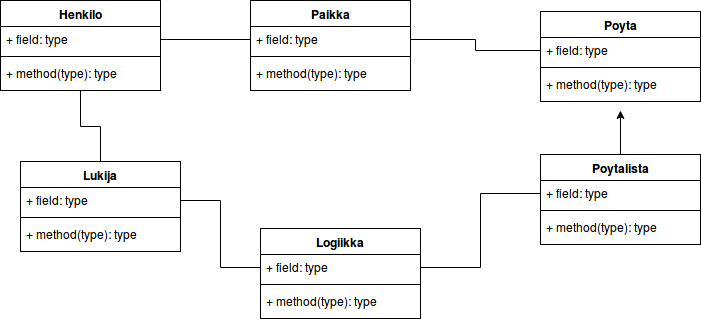
The draw.io diagram dokumentaatio/PlassaajaLuokkakaavio.png in toppielt/Plassaaja, before a commit. Source tidied: cells renumbered, new cells last; positions are measured from the earlier drawing's top-left corner, leaving out a move shared by most shapes.
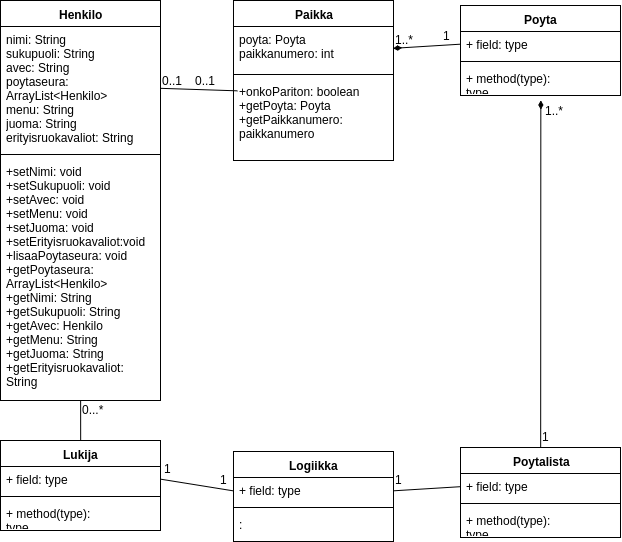
Later version of the same file.

The edit, as a diff of the source:
```diff
@@ -3,99 +3,126 @@
     <mxCell id="0" />
     <mxCell id="1" parent="0" />
     <mxCell id="2" value="Henkilo" style="swimlane;html=1;fontStyle=1;align=center;verticalAlign=top;horizontal=1;startSize=26;swimlaneFillColor=#ffffff;" parent="1" vertex="1">
-      <mxGeometry width="160" height="90" as="geometry" />
+      <mxGeometry width="160" height="400" as="geometry" />
     </mxCell>
-    <mxCell id="3" value="+ field: type" style="text;html=1;strokeColor=none;fillColor=none;align=left;verticalAlign=top;spacingLeft=4;spacingRight=4;whiteSpace=wrap;overflow=hidden;points=[[0,0.5],[1,0.5]];portConstraint=eastwest;" parent="2" vertex="1">
-      <mxGeometry y="26" width="160" height="26" as="geometry" />
-    </mxCell>
-    <mxCell id="4" style="line;html=1;strokeWidth=1;fillColor=none;align=left;verticalAlign=middle;spacingTop=-1;spacingLeft=3;spacingRight=3;labelPosition=right;" parent="2" vertex="1">
-      <mxGeometry y="52" width="160" height="8" as="geometry" />
-    </mxCell>
-    <mxCell id="5" value="+ method(type): type" style="text;html=1;strokeColor=none;fillColor=none;align=left;verticalAlign=top;spacingLeft=4;spacingRight=4;whiteSpace=wrap;overflow=hidden;" parent="2" vertex="1">
-      <mxGeometry y="60" width="160" height="26" as="geometry" />
-    </mxCell>
+    <mxCell id="33" value="nimi: String&lt;div&gt;sukupuoli: String&lt;/div&gt;&lt;div&gt;avec: String&lt;/div&gt;&lt;div&gt;poytaseura: ArrayList&amp;lt;Henkilo&amp;gt;&lt;/div&gt;&lt;div&gt;menu: String&lt;/div&gt;&lt;div&gt;juoma: String&lt;/div&gt;&lt;div&gt;erityisruokavaliot: String&lt;/div&gt;" style="text;html=1;strokeColor=none;fillColor=none;align=left;verticalAlign=top;spacingLeft=4;spacingRight=4;whiteSpace=wrap;overflow=hidden;points=[[0,0.5],[1,0.5]];portConstraint=eastwest;" parent="2" vertex="1">
+      <mxGeometry y="26" width="160" height="124" as="geometry" />
+    </mxCell>
+    <mxCell id="34" style="line;html=1;strokeWidth=1;fillColor=none;align=left;verticalAlign=middle;spacingTop=-1;spacingLeft=3;spacingRight=3;labelPosition=right;" parent="2" vertex="1">
+      <mxGeometry y="150" width="160" height="8" as="geometry" />
+    </mxCell>
+    <mxCell id="35" value="+setNimi: void&lt;div&gt;+setSukupuoli: void&lt;/div&gt;&lt;div&gt;+setAvec: void&lt;/div&gt;&lt;div&gt;+setMenu: void&lt;/div&gt;&lt;div&gt;+setJuoma: void&lt;/div&gt;&lt;div&gt;+setErityisruokavaliot:void&lt;/div&gt;&lt;div&gt;+lisaaPoytaseura: void&lt;/div&gt;&lt;div&gt;+getPoytaseura: ArrayList&amp;lt;Henkilo&amp;gt;&lt;/div&gt;&lt;div&gt;+getNimi: String&lt;/div&gt;&lt;div&gt;+getSukupuoli: String&lt;/div&gt;&lt;div&gt;+getAvec: Henkilo&lt;/div&gt;&lt;div&gt;+getMenu: String&lt;/div&gt;&lt;div&gt;+getJuoma: String&lt;/div&gt;&lt;div&gt;+getErityisruokavaliot: String&lt;/div&gt;&lt;div&gt;&lt;br&gt;&lt;/div&gt;&lt;div&gt;&lt;br&gt;&lt;/div&gt;" style="text;html=1;strokeColor=none;fillColor=none;align=left;verticalAlign=top;spacingLeft=4;spacingRight=4;whiteSpace=wrap;overflow=hidden;points=[[0,0.5],[1,0.5]];portConstraint=eastwest;" parent="2" vertex="1">
+      <mxGeometry y="158" width="160" height="242" as="geometry" />
+    </mxCell>
     <mxCell id="6" value="Paikka" style="swimlane;html=1;fontStyle=1;align=center;verticalAlign=top;horizontal=1;startSize=26;swimlaneFillColor=#ffffff;" parent="1" vertex="1">
-      <mxGeometry x="250" width="160" height="90" as="geometry" />
+      <mxGeometry x="233" width="160" height="160" as="geometry" />
     </mxCell>
-    <mxCell id="7" value="+ field: type" style="text;html=1;strokeColor=none;fillColor=none;align=left;verticalAlign=top;spacingLeft=4;spacingRight=4;whiteSpace=wrap;overflow=hidden;points=[[0,0.5],[1,0.5]];portConstraint=eastwest;" parent="6" vertex="1">
-      <mxGeometry y="26" width="160" height="26" as="geometry" />
-    </mxCell>
-    <mxCell id="8" style="line;html=1;strokeWidth=1;fillColor=none;align=left;verticalAlign=middle;spacingTop=-1;spacingLeft=3;spacingRight=3;labelPosition=right;" parent="6" vertex="1">
-      <mxGeometry y="52" width="160" height="8" as="geometry" />
-    </mxCell>
-    <mxCell id="9" value="+ method(type): type" style="text;html=1;strokeColor=none;fillColor=none;align=left;verticalAlign=top;spacingLeft=4;spacingRight=4;whiteSpace=wrap;overflow=hidden;" parent="6" vertex="1">
-      <mxGeometry y="60" width="160" height="26" as="geometry" />
-    </mxCell>
+    <mxCell id="36" value="poyta: Poyta&lt;div&gt;paikkanumero: int&lt;/div&gt;" style="text;html=1;strokeColor=none;fillColor=none;align=left;verticalAlign=top;spacingLeft=4;spacingRight=4;whiteSpace=wrap;overflow=hidden;points=[[0,0.5],[1,0.5]];portConstraint=eastwest;" parent="6" vertex="1">
+      <mxGeometry y="26" width="160" height="44" as="geometry" />
+    </mxCell>
+    <mxCell id="37" style="line;html=1;strokeWidth=1;fillColor=none;align=left;verticalAlign=middle;spacingTop=-1;spacingLeft=3;spacingRight=3;labelPosition=right;" parent="6" vertex="1">
+      <mxGeometry y="70" width="160" height="8" as="geometry" />
+    </mxCell>
+    <mxCell id="38" value="+onkoPariton: boolean&lt;div&gt;+getPoyta: Poyta&lt;/div&gt;&lt;div&gt;+getPaikkanumero: paikkanumero&lt;/div&gt;" style="text;html=1;strokeColor=none;fillColor=none;align=left;verticalAlign=top;spacingLeft=4;spacingRight=4;whiteSpace=wrap;overflow=hidden;points=[[0,0.5],[1,0.5]];portConstraint=eastwest;" parent="6" vertex="1">
+      <mxGeometry y="78" width="160" height="82" as="geometry" />
+    </mxCell>
     <mxCell id="10" value="Poyta" style="swimlane;html=1;fontStyle=1;align=center;verticalAlign=top;horizontal=1;startSize=26;swimlaneFillColor=#ffffff;" parent="1" vertex="1">
-      <mxGeometry x="540" y="11" width="160" height="90" as="geometry" />
+      <mxGeometry x="460" y="5" width="160" height="90" as="geometry" />
     </mxCell>
-    <mxCell id="11" value="+ field: type" style="text;html=1;strokeColor=none;fillColor=none;align=left;verticalAlign=top;spacingLeft=4;spacingRight=4;whiteSpace=wrap;overflow=hidden;points=[[0,0.5],[1,0.5]];portConstraint=eastwest;" parent="10" vertex="1">
-      <mxGeometry y="26" width="160" height="26" as="geometry" />
-    </mxCell>
-    <mxCell id="12" style="line;html=1;strokeWidth=1;fillColor=none;align=left;verticalAlign=middle;spacingTop=-1;spacingLeft=3;spacingRight=3;labelPosition=right;" parent="10" vertex="1">
-      <mxGeometry y="52" width="160" height="8" as="geometry" />
-    </mxCell>
-    <mxCell id="13" value="+ method(type): type" style="text;html=1;strokeColor=none;fillColor=none;align=left;verticalAlign=top;spacingLeft=4;spacingRight=4;whiteSpace=wrap;overflow=hidden;" parent="10" vertex="1">
-      <mxGeometry y="60" width="160" height="26" as="geometry" />
-    </mxCell>
-    <mxCell id="14" style="edgeStyle=orthogonalEdgeStyle;rounded=0;html=1;exitX=0.5;exitY=0;jettySize=auto;" parent="1" edge="1" source="15">
-      <mxGeometry relative="1" as="geometry">
-        <mxPoint x="620" y="110" as="targetPoint" />
-      </mxGeometry>
-    </mxCell>
+    <mxCell id="39" value="+ field: type" style="text;html=1;strokeColor=none;fillColor=none;align=left;verticalAlign=top;spacingLeft=4;spacingRight=4;whiteSpace=wrap;overflow=hidden;points=[[0,0.5],[1,0.5]];portConstraint=eastwest;" parent="10" vertex="1">
+      <mxGeometry y="26" width="160" height="26" as="geometry" />
+    </mxCell>
+    <mxCell id="40" style="line;html=1;strokeWidth=1;fillColor=none;align=left;verticalAlign=middle;spacingTop=-1;spacingLeft=3;spacingRight=3;labelPosition=right;" parent="10" vertex="1">
+      <mxGeometry y="52" width="160" height="8" as="geometry" />
+    </mxCell>
+    <mxCell id="41" value="+ method(type): type" style="text;html=1;strokeColor=none;fillColor=none;align=left;verticalAlign=top;spacingLeft=4;spacingRight=4;whiteSpace=wrap;overflow=hidden;" parent="10" vertex="1">
+      <mxGeometry y="60" width="160" height="26" as="geometry" />
+    </mxCell>
+    <mxCell id="19" value="Logiikka" style="swimlane;html=1;fontStyle=1;align=center;verticalAlign=top;horizontal=1;startSize=26;swimlaneFillColor=#ffffff;" parent="1" vertex="1">
+      <mxGeometry x="233" y="451" width="160" height="90" as="geometry" />
+    </mxCell>
+    <mxCell id="42" value="+ field: type" style="text;html=1;strokeColor=none;fillColor=none;align=left;verticalAlign=top;spacingLeft=4;spacingRight=4;whiteSpace=wrap;overflow=hidden;points=[[0,0.5],[1,0.5]];portConstraint=eastwest;" parent="19" vertex="1">
+      <mxGeometry y="26" width="160" height="26" as="geometry" />
+    </mxCell>
+    <mxCell id="43" style="line;html=1;strokeWidth=1;fillColor=none;align=left;verticalAlign=middle;spacingTop=-1;spacingLeft=3;spacingRight=3;labelPosition=right;" parent="19" vertex="1">
+      <mxGeometry y="52" width="160" height="8" as="geometry" />
+    </mxCell>
+    <mxCell id="44" value=":&amp;nbsp;" style="text;html=1;strokeColor=none;fillColor=none;align=left;verticalAlign=top;spacingLeft=4;spacingRight=4;whiteSpace=wrap;overflow=hidden;" parent="19" vertex="1">
+      <mxGeometry y="60" width="160" height="26" as="geometry" />
+    </mxCell>
+    <mxCell id="45" style="edgeStyle=none;rounded=0;html=1;exitX=0.5;exitY=0;jettySize=auto;strokeColor=#000000;endArrow=none;endFill=0;" parent="1" edge="1" source="24" target="35">
+      <mxGeometry relative="1" as="geometry" />
+    </mxCell>
+    <mxCell id="24" value="Lukija" style="swimlane;html=1;fontStyle=1;align=center;verticalAlign=top;horizontal=1;startSize=26;swimlaneFillColor=#ffffff;" parent="1" vertex="1">
+      <mxGeometry y="440" width="160" height="90" as="geometry" />
+    </mxCell>
+    <mxCell id="46" value="+ field: type" style="text;html=1;strokeColor=none;fillColor=none;align=left;verticalAlign=top;spacingLeft=4;spacingRight=4;whiteSpace=wrap;overflow=hidden;points=[[0,0.5],[1,0.5]];portConstraint=eastwest;" parent="24" vertex="1">
+      <mxGeometry y="26" width="160" height="26" as="geometry" />
+    </mxCell>
+    <mxCell id="47" style="line;html=1;strokeWidth=1;fillColor=none;align=left;verticalAlign=middle;spacingTop=-1;spacingLeft=3;spacingRight=3;labelPosition=right;" parent="24" vertex="1">
+      <mxGeometry y="52" width="160" height="8" as="geometry" />
+    </mxCell>
+    <mxCell id="48" value="+ method(type): type" style="text;html=1;strokeColor=none;fillColor=none;align=left;verticalAlign=top;spacingLeft=4;spacingRight=4;whiteSpace=wrap;overflow=hidden;" parent="24" vertex="1">
+      <mxGeometry y="60" width="160" height="26" as="geometry" />
+    </mxCell>
+    <mxCell id="49" style="edgeStyle=none;rounded=0;html=1;exitX=0.5;exitY=0;jettySize=auto;strokeColor=#000000;endArrow=diamondThin;endFill=1;" parent="1" edge="1" source="15">
+      <mxGeometry relative="1" as="geometry">
+        <mxPoint x="540.3" y="100" as="targetPoint" />
+      </mxGeometry>
+    </mxCell>
-    <mxCell id="15" value="Poytalista&lt;br&gt;" style="swimlane;html=1;fontStyle=1;align=center;verticalAlign=top;horizontal=1;startSize=26;swimlaneFillColor=#ffffff;" parent="1" vertex="1">
-      <mxGeometry x="540" y="154" width="160" height="90" as="geometry" />
+    <mxCell id="15" value="Poytalista" style="swimlane;html=1;fontStyle=1;align=center;verticalAlign=top;horizontal=1;startSize=26;swimlaneFillColor=#ffffff;" parent="1" vertex="1">
+      <mxGeometry x="460" y="447" width="160" height="90" as="geometry" />
     </mxCell>
-    <mxCell id="16" value="+ field: type" style="text;html=1;strokeColor=none;fillColor=none;align=left;verticalAlign=top;spacingLeft=4;spacingRight=4;whiteSpace=wrap;overflow=hidden;points=[[0,0.5],[1,0.5]];portConstraint=eastwest;" parent="15" vertex="1">
-      <mxGeometry y="26" width="160" height="26" as="geometry" />
-    </mxCell>
-    <mxCell id="17" style="line;html=1;strokeWidth=1;fillColor=none;align=left;verticalAlign=middle;spacingTop=-1;spacingLeft=3;spacingRight=3;labelPosition=right;" parent="15" vertex="1">
-      <mxGeometry y="52" width="160" height="8" as="geometry" />
-    </mxCell>
-    <mxCell id="18" value="+ method(type): type" style="text;html=1;strokeColor=none;fillColor=none;align=left;verticalAlign=top;spacingLeft=4;spacingRight=4;whiteSpace=wrap;overflow=hidden;" parent="15" vertex="1">
-      <mxGeometry y="60" width="160" height="26" as="geometry" />
-    </mxCell>
-    <mxCell id="19" value="Logiikka&lt;br&gt;" style="swimlane;html=1;fontStyle=1;align=center;verticalAlign=top;horizontal=1;startSize=26;swimlaneFillColor=#ffffff;" parent="1" vertex="1">
-      <mxGeometry x="260" y="228" width="160" height="90" as="geometry" />
-    </mxCell>
-    <mxCell id="20" value="+ field: type" style="text;html=1;strokeColor=none;fillColor=none;align=left;verticalAlign=top;spacingLeft=4;spacingRight=4;whiteSpace=wrap;overflow=hidden;points=[[0,0.5],[1,0.5]];portConstraint=eastwest;" parent="19" vertex="1">
-      <mxGeometry y="26" width="160" height="26" as="geometry" />
-    </mxCell>
-    <mxCell id="21" style="line;html=1;strokeWidth=1;fillColor=none;align=left;verticalAlign=middle;spacingTop=-1;spacingLeft=3;spacingRight=3;labelPosition=right;" parent="19" vertex="1">
-      <mxGeometry y="52" width="160" height="8" as="geometry" />
-    </mxCell>
-    <mxCell id="22" value="+ method(type): type" style="text;html=1;strokeColor=none;fillColor=none;align=left;verticalAlign=top;spacingLeft=4;spacingRight=4;whiteSpace=wrap;overflow=hidden;" parent="19" vertex="1">
-      <mxGeometry y="60" width="160" height="26" as="geometry" />
-    </mxCell>
-    <mxCell id="23" style="edgeStyle=orthogonalEdgeStyle;rounded=0;html=1;exitX=0.5;exitY=0;entryX=0.5;entryY=1;jettySize=auto;endArrow=none;endFill=0;" parent="1" edge="1" source="24" target="2">
-      <mxGeometry relative="1" as="geometry" />
-    </mxCell>
-    <mxCell id="24" value="Lukija&lt;br&gt;&lt;br&gt;" style="swimlane;html=1;fontStyle=1;align=center;verticalAlign=top;horizontal=1;startSize=26;swimlaneFillColor=#ffffff;" parent="1" vertex="1">
-      <mxGeometry x="20" y="161" width="160" height="90" as="geometry" />
-    </mxCell>
-    <mxCell id="25" value="+ field: type" style="text;html=1;strokeColor=none;fillColor=none;align=left;verticalAlign=top;spacingLeft=4;spacingRight=4;whiteSpace=wrap;overflow=hidden;points=[[0,0.5],[1,0.5]];portConstraint=eastwest;" parent="24" vertex="1">
-      <mxGeometry y="26" width="160" height="26" as="geometry" />
-    </mxCell>
-    <mxCell id="26" style="line;html=1;strokeWidth=1;fillColor=none;align=left;verticalAlign=middle;spacingTop=-1;spacingLeft=3;spacingRight=3;labelPosition=right;" parent="24" vertex="1">
-      <mxGeometry y="52" width="160" height="8" as="geometry" />
-    </mxCell>
-    <mxCell id="27" value="+ method(type): type" style="text;html=1;strokeColor=none;fillColor=none;align=left;verticalAlign=top;spacingLeft=4;spacingRight=4;whiteSpace=wrap;overflow=hidden;" parent="24" vertex="1">
-      <mxGeometry y="60" width="160" height="26" as="geometry" />
-    </mxCell>
-    <mxCell id="28" style="edgeStyle=orthogonalEdgeStyle;rounded=0;html=1;exitX=0.5;exitY=0;entryX=0.5;entryY=0;jettySize=auto;orthogonalLoop=1;" parent="1" edge="1" source="15" target="15">
-      <mxGeometry relative="1" as="geometry" />
-    </mxCell>
-    <mxCell id="29" style="edgeStyle=orthogonalEdgeStyle;rounded=0;html=1;exitX=1;exitY=0.5;entryX=0;entryY=0.5;jettySize=auto;endArrow=none;endFill=0;" parent="1" edge="1" source="3" target="7">
-      <mxGeometry relative="1" as="geometry" />
-    </mxCell>
-    <mxCell id="30" style="edgeStyle=orthogonalEdgeStyle;rounded=0;html=1;exitX=1;exitY=0.5;entryX=0;entryY=0.5;jettySize=auto;endArrow=none;endFill=0;" parent="1" edge="1" source="7" target="11">
-      <mxGeometry relative="1" as="geometry" />
-    </mxCell>
-    <mxCell id="31" style="edgeStyle=orthogonalEdgeStyle;rounded=0;html=1;exitX=0;exitY=0.5;jettySize=auto;endArrow=none;endFill=0;" parent="1" edge="1" source="20" target="25">
-      <mxGeometry relative="1" as="geometry" />
-    </mxCell>
-    <mxCell id="32" style="edgeStyle=orthogonalEdgeStyle;rounded=0;html=1;exitX=1;exitY=0.5;entryX=0;entryY=0.5;jettySize=auto;endArrow=none;endFill=0;" parent="1" edge="1" source="20" target="16">
-      <mxGeometry relative="1" as="geometry" />
-    </mxCell>
+    <mxCell id="50" value="+ field: type" style="text;html=1;strokeColor=none;fillColor=none;align=left;verticalAlign=top;spacingLeft=4;spacingRight=4;whiteSpace=wrap;overflow=hidden;points=[[0,0.5],[1,0.5]];portConstraint=eastwest;" parent="15" vertex="1">
+      <mxGeometry y="26" width="160" height="26" as="geometry" />
+    </mxCell>
+    <mxCell id="51" style="line;html=1;strokeWidth=1;fillColor=none;align=left;verticalAlign=middle;spacingTop=-1;spacingLeft=3;spacingRight=3;labelPosition=right;" parent="15" vertex="1">
+      <mxGeometry y="52" width="160" height="8" as="geometry" />
+    </mxCell>
+    <mxCell id="52" value="+ method(type): type" style="text;html=1;strokeColor=none;fillColor=none;align=left;verticalAlign=top;spacingLeft=4;spacingRight=4;whiteSpace=wrap;overflow=hidden;" parent="15" vertex="1">
+      <mxGeometry y="60" width="160" height="26" as="geometry" />
+    </mxCell>
+    <mxCell id="53" style="edgeStyle=none;rounded=0;html=1;exitX=0;exitY=0.5;entryX=1;entryY=0.5;jettySize=auto;strokeColor=#000000;endArrow=diamondThin;endFill=1;" parent="1" edge="1" source="39" target="36">
+      <mxGeometry relative="1" as="geometry" />
+    </mxCell>
+    <mxCell id="54" style="edgeStyle=none;rounded=0;html=1;exitX=1;exitY=0.5;entryX=0.023;entryY=0.154;entryPerimeter=0;jettySize=auto;strokeColor=#000000;endArrow=none;endFill=0;" parent="1" edge="1" source="33" target="38">
+      <mxGeometry relative="1" as="geometry" />
+    </mxCell>
+    <mxCell id="55" style="edgeStyle=none;rounded=0;html=1;exitX=1;exitY=0.5;entryX=0;entryY=0.5;jettySize=auto;strokeColor=#000000;endArrow=none;endFill=0;" parent="1" edge="1" source="42" target="50">
+      <mxGeometry relative="1" as="geometry" />
+    </mxCell>
+    <mxCell id="56" style="edgeStyle=none;rounded=0;html=1;exitX=0;exitY=0.5;entryX=1;entryY=0.5;jettySize=auto;strokeColor=#000000;endArrow=none;endFill=0;" parent="1" edge="1" source="42" target="46">
+      <mxGeometry relative="1" as="geometry" />
+    </mxCell>
+    <mxCell id="57" value="0..1&lt;div&gt;&lt;br&gt;&lt;/div&gt;" style="text;html=1;align=left;verticalAlign=top;spacingTop=-4;" parent="1" vertex="1">
+      <mxGeometry x="193" y="71" width="40" height="30" as="geometry" />
+    </mxCell>
+    <mxCell id="58" value="&lt;div&gt;0..1&lt;/div&gt;&lt;div&gt;&lt;br&gt;&lt;/div&gt;" style="text;html=1;align=left;verticalAlign=top;spacingTop=-4;" parent="1" vertex="1">
+      <mxGeometry x="160" y="71" width="40" height="30" as="geometry" />
+    </mxCell>
+    <mxCell id="59" value="1" style="text;html=1;align=left;verticalAlign=top;spacingTop=-4;" parent="1" vertex="1">
+      <mxGeometry x="441" y="26" width="20" height="20" as="geometry" />
+    </mxCell>
+    <mxCell id="60" value="1..*" style="text;html=1;align=left;verticalAlign=top;spacingTop=-4;" parent="1" vertex="1">
+      <mxGeometry x="393" y="30" width="30" height="20" as="geometry" />
+    </mxCell>
+    <mxCell id="61" value="1" style="text;html=1;align=left;verticalAlign=top;spacingTop=-4;" parent="1" vertex="1">
+      <mxGeometry x="540" y="427" width="20" height="20" as="geometry" />
+    </mxCell>
+    <mxCell id="62" value="1..*&lt;div&gt;&lt;br&gt;&lt;/div&gt;" style="text;html=1;align=left;verticalAlign=top;spacingTop=-4;" parent="1" vertex="1">
+      <mxGeometry x="543" y="101" width="30" height="30" as="geometry" />
+    </mxCell>
+    <mxCell id="63" value="1&lt;div&gt;&lt;br&gt;&lt;/div&gt;" style="text;html=1;align=left;verticalAlign=top;spacingTop=-4;" parent="1" vertex="1">
+      <mxGeometry x="393" y="470" width="20" height="30" as="geometry" />
+    </mxCell>
+    <mxCell id="64" value="1" style="text;html=1;align=left;verticalAlign=top;spacingTop=-4;" parent="1" vertex="1">
+      <mxGeometry x="162" y="459" width="20" height="20" as="geometry" />
+    </mxCell>
+    <mxCell id="65" value="1" style="text;html=1;align=left;verticalAlign=top;spacingTop=-4;" parent="1" vertex="1">
+      <mxGeometry x="218" y="470" width="20" height="20" as="geometry" />
+    </mxCell>
+    <mxCell id="66" value="0...*" style="text;html=1;align=left;verticalAlign=top;spacingTop=-4;" parent="1" vertex="1">
+      <mxGeometry x="80" y="400" width="40" height="20" as="geometry" />
+    </mxCell>
   </root>
 </mxGraphModel>
```
